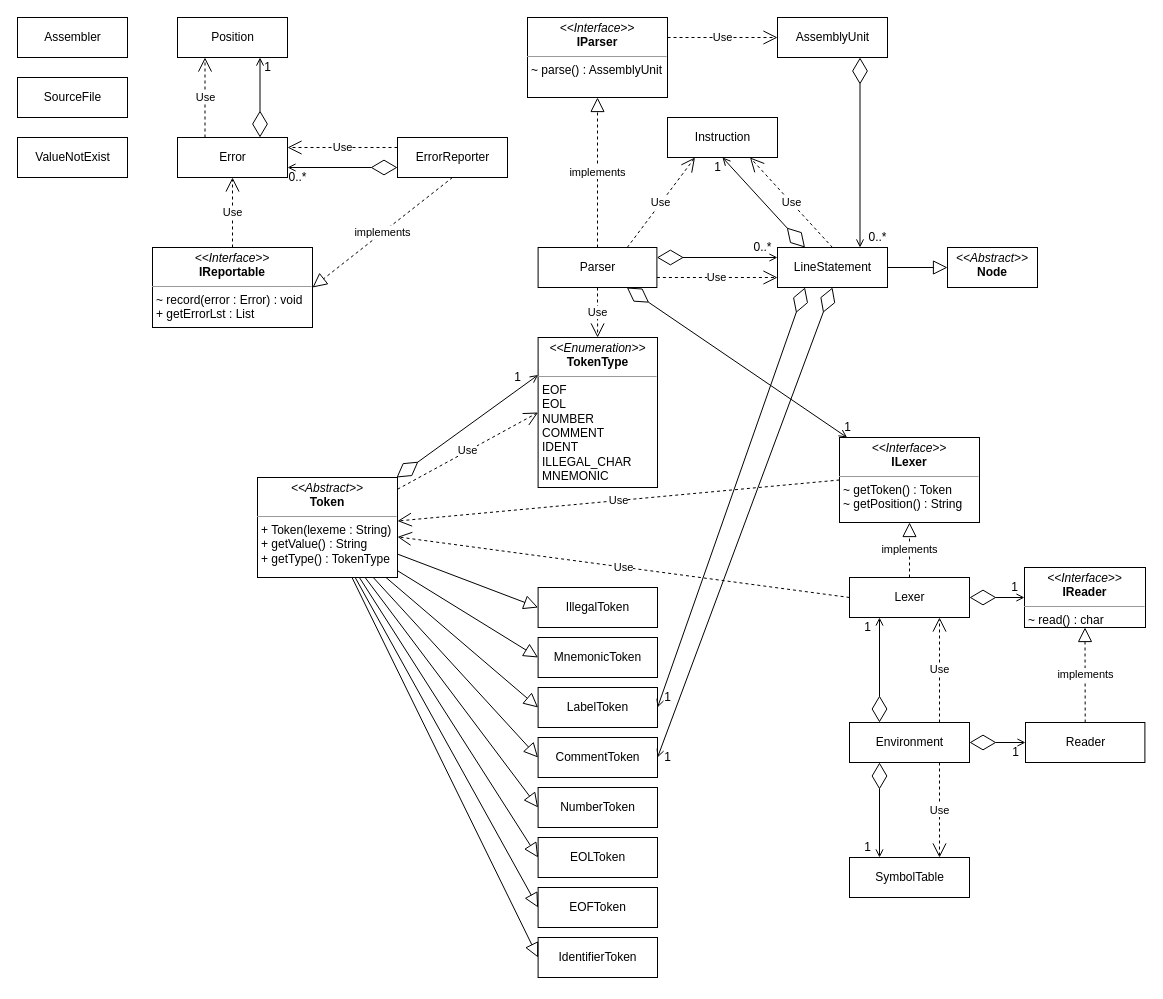
The draw.io diagram class_diagram.drawio in starcraft66/SOEN341-Fall-2020-ProjectB, before the edit. Source tidied: cells renumbered, new cells numbered last; positions are measured from the earlier drawing's top-left corner, leaving out a move shared by most shapes. Both pictures are drawn from the tidied source at 100%, with x=0, y=0 at pixel (17, 17).
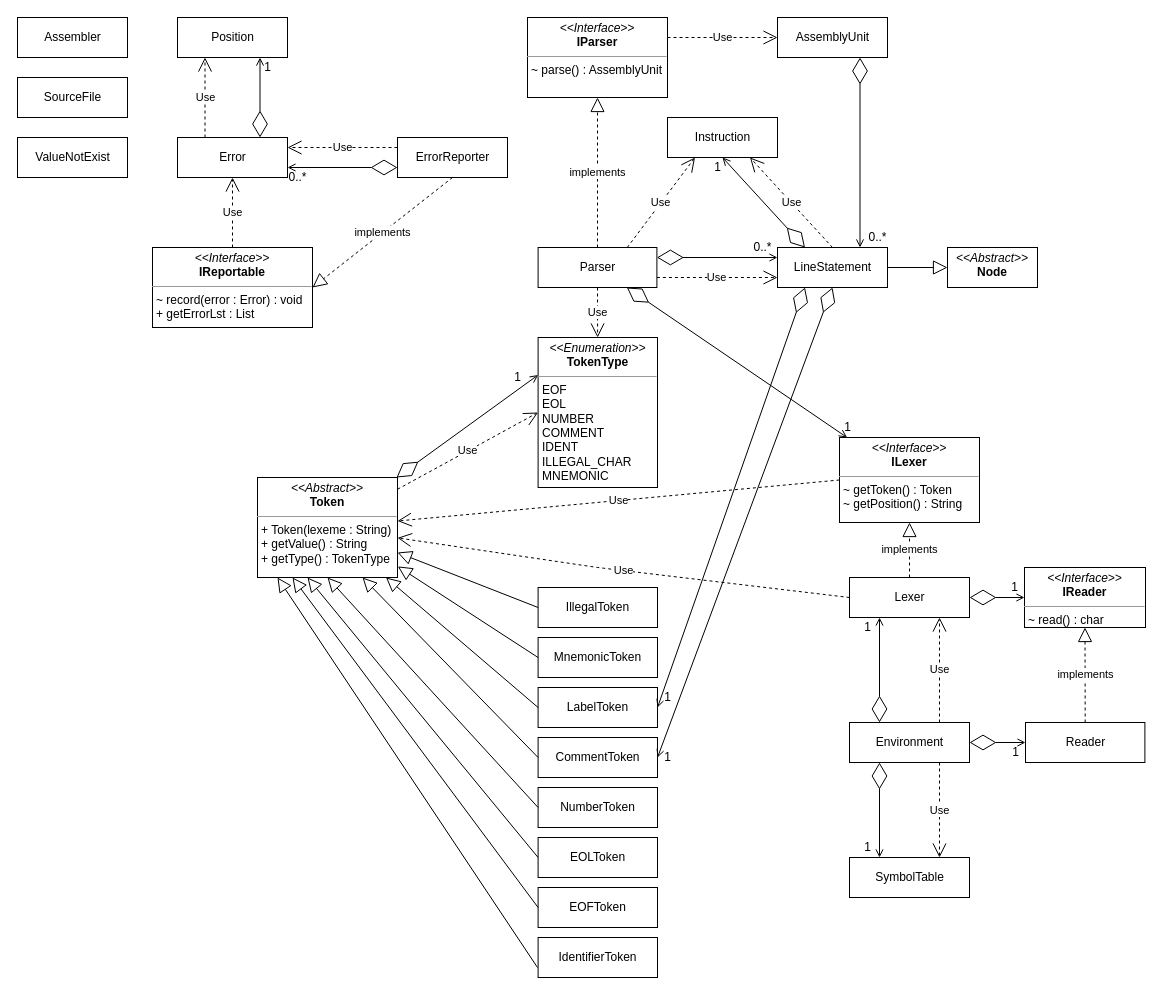
The same diagram, later.

Commit message:
tweaked uml

Unchanged cells that the change refers to:
```xml
<mxCell id="27" value="CommentToken" style="html=1;" parent="1" vertex="1">
  <mxGeometry x="520.6" y="720" width="119.4" height="40" as="geometry" />
</mxCell>
<mxCell id="28" value="EOLToken" style="html=1;" parent="1" vertex="1">
  <mxGeometry x="520.6" y="820" width="119.4" height="40" as="geometry" />
</mxCell>
<mxCell id="29" value="NumberToken" style="html=1;" parent="1" vertex="1">
  <mxGeometry x="520.6" y="770" width="119.4" height="40" as="geometry" />
</mxCell>
<mxCell id="30" value="MnemonicToken" style="html=1;" parent="1" vertex="1">
  <mxGeometry x="520.6" y="620" width="119.4" height="40" as="geometry" />
</mxCell>
<mxCell id="31" value="IllegalToken" style="html=1;" parent="1" vertex="1">
  <mxGeometry x="520.6" y="570" width="119.4" height="40" as="geometry" />
</mxCell>
<mxCell id="32" value="LabelToken" style="html=1;" parent="1" vertex="1">
  <mxGeometry x="520.6" y="670" width="119.4" height="40" as="geometry" />
</mxCell>
<mxCell id="34" value="&lt;p style=&quot;margin: 0px ; margin-top: 4px ; text-align: center&quot;&gt;&lt;i&gt;&amp;lt;&amp;lt;Abstract&amp;gt;&amp;gt;&lt;/i&gt;&lt;br&gt;&lt;/p&gt;&lt;div style=&quot;text-align: center&quot;&gt;&lt;b&gt;Token&lt;/b&gt;&lt;/div&gt;&lt;hr size=&quot;1&quot;&gt;&lt;p style=&quot;margin: 0px ; margin-left: 4px&quot;&gt;&lt;span&gt;+ Token(lexeme : String)&lt;/span&gt;&lt;/p&gt;&lt;p style=&quot;margin: 0px ; margin-left: 4px&quot;&gt;&lt;span&gt;+ getValue() : String&lt;/span&gt;&lt;br&gt;&lt;/p&gt;&lt;p style=&quot;margin: 0px ; margin-left: 4px&quot;&gt;&lt;span&gt;+ getType() : TokenType&lt;/span&gt;&lt;/p&gt;" style="verticalAlign=top;align=left;overflow=fill;fontSize=12;fontFamily=Helvetica;html=1;" parent="1" vertex="1">
  <mxGeometry x="240" y="460" width="140" height="100" as="geometry" />
</mxCell>
<mxCell id="44" value="IdentifierToken" style="html=1;" parent="1" vertex="1">
  <mxGeometry x="520.6" y="920" width="119.4" height="40" as="geometry" />
</mxCell>
<mxCell id="45" value="EOFToken" style="html=1;" parent="1" vertex="1">
  <mxGeometry x="520.6" y="870" width="119.4" height="40" as="geometry" />
</mxCell>
<mxCell id="61" value="Lexer" style="html=1;" parent="1" vertex="1">
  <mxGeometry x="832" y="560" width="120" height="40" as="geometry" />
</mxCell>
```

Diff of the diagram source:
```diff
@@
-    <mxCell id="33" style="endArrow=block;endFill=0;endSize=12;html=1;entryX=0;entryY=0.5;entryDx=0;entryDy=0;" parent="1" edge="1" source="34" target="27">
+    <mxCell id="33" style="endArrow=block;endFill=0;endSize=12;html=1;exitX=0;exitY=0.5;exitDx=0;exitDy=0;entryX=0.75;entryY=1;entryDx=0;entryDy=0;" parent="1" edge="1" source="27" target="34">
       <mxGeometry relative="1" as="geometry" />
     </mxCell>
@@
-    <mxCell id="35" style="endArrow=block;endFill=0;endSize=12;html=1;entryX=0;entryY=0.5;entryDx=0;entryDy=0;" parent="1" edge="1" source="34" target="31">
+    <mxCell id="35" style="endArrow=block;endFill=0;endSize=12;html=1;entryX=1;entryY=0.75;entryDx=0;entryDy=0;exitX=0;exitY=0.5;exitDx=0;exitDy=0;" parent="1" edge="1" source="31" target="34">
       <mxGeometry relative="1" as="geometry" />
     </mxCell>
-    <mxCell id="36" style="endArrow=block;endFill=0;endSize=12;html=1;entryX=0;entryY=0.5;entryDx=0;entryDy=0;" parent="1" edge="1" source="34" target="32">
+    <mxCell id="36" style="endArrow=block;endFill=0;endSize=12;html=1;exitX=0;exitY=0.5;exitDx=0;exitDy=0;" parent="1" edge="1" source="32" target="34">
       <mxGeometry relative="1" as="geometry" />
     </mxCell>
-    <mxCell id="37" style="endArrow=block;endFill=0;endSize=12;html=1;entryX=0;entryY=0.5;entryDx=0;entryDy=0;" parent="1" edge="1" source="34" target="28">
-      <mxGeometry relative="1" as="geometry" />
+    <mxCell id="37" style="endArrow=block;endFill=0;endSize=12;html=1;exitX=0;exitY=0.5;exitDx=0;exitDy=0;" parent="1" edge="1" source="28">
+      <mxGeometry relative="1" as="geometry">
+        <mxPoint x="290" y="560" as="targetPoint" />
+      </mxGeometry>
     </mxCell>
-    <mxCell id="38" style="endArrow=block;endFill=0;endSize=12;html=1;entryX=0;entryY=0.5;entryDx=0;entryDy=0;" parent="1" edge="1" source="34" target="30">
+    <mxCell id="38" style="endArrow=block;endFill=0;endSize=12;html=1;exitX=0;exitY=0.5;exitDx=0;exitDy=0;entryX=1.002;entryY=0.889;entryDx=0;entryDy=0;entryPerimeter=0;" parent="1" edge="1" source="30" target="34">
       <mxGeometry relative="1" as="geometry" />
     </mxCell>
-    <mxCell id="39" style="endArrow=block;endFill=0;endSize=12;html=1;entryX=0;entryY=0.5;entryDx=0;entryDy=0;" parent="1" edge="1" source="34" target="29">
+    <mxCell id="39" style="endArrow=block;endFill=0;endSize=12;html=1;entryX=0.5;entryY=1;entryDx=0;entryDy=0;exitX=0;exitY=0.5;exitDx=0;exitDy=0;" parent="1" edge="1" source="29" target="34">
       <mxGeometry relative="1" as="geometry" />
     </mxCell>
@@
-    <mxCell id="46" style="endArrow=block;endFill=0;endSize=12;html=1;entryX=0;entryY=0.5;entryDx=0;entryDy=0;" parent="1" edge="1" source="34" target="44">
-      <mxGeometry relative="1" as="geometry" />
+    <mxCell id="46" style="endArrow=block;endFill=0;endSize=12;html=1;" parent="1" edge="1">
+      <mxGeometry relative="1" as="geometry">
+        <mxPoint x="520" y="950" as="sourcePoint" />
+        <mxPoint x="260" y="560" as="targetPoint" />
+      </mxGeometry>
     </mxCell>
-    <mxCell id="47" style="endArrow=block;endFill=0;endSize=12;html=1;entryX=0;entryY=0.5;entryDx=0;entryDy=0;" parent="1" edge="1" source="34" target="45">
+    <mxCell id="47" style="endArrow=block;endFill=0;endSize=12;html=1;exitX=0;exitY=0.5;exitDx=0;exitDy=0;entryX=0.25;entryY=1;entryDx=0;entryDy=0;" parent="1" edge="1" source="45" target="34">
       <mxGeometry relative="1" as="geometry" />
     </mxCell>
@@
     <mxCell id="65" value="Use" style="endArrow=open;endSize=12;dashed=1;html=1;exitX=0;exitY=0.5;exitDx=0;exitDy=0;" parent="1" edge="1" source="61" target="34">
-      <mxGeometry relative="1" as="geometry" />
+      <mxGeometry relative="1" as="geometry">
+        <Array as="points">
+          <mxPoint x="580" y="550" />
+        </Array>
+      </mxGeometry>
     </mxCell>
```
